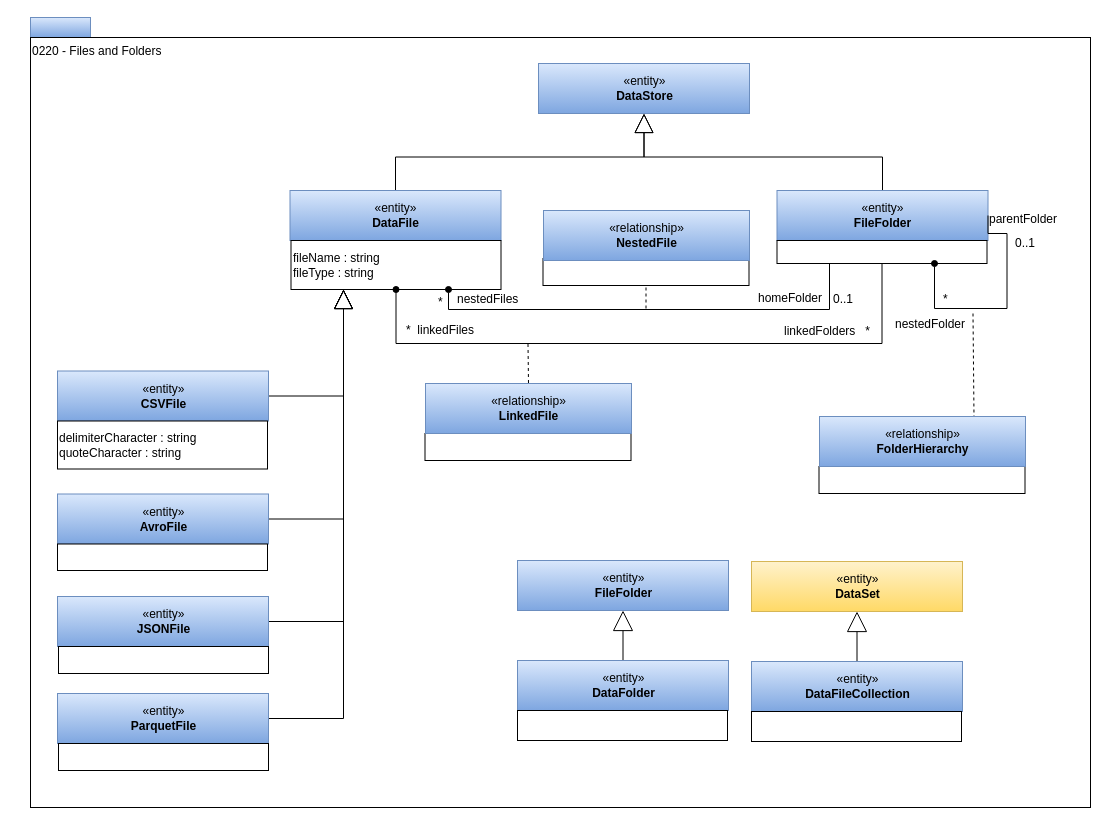
This is page "0220-Files-and-Folders" (10 of 25) of site/docs/types/2/area-2-assets.drawio from odpi/egeria-docs, a draw.io file, before an edit. Source tidied: cells renumbered, new cells numbered last; positions are measured from the earlier drawing's top-left corner, leaving out a move shared by most shapes. Both pictures are drawn from the tidied source at 100%, with x=0, y=0 at pixel (30, 17).
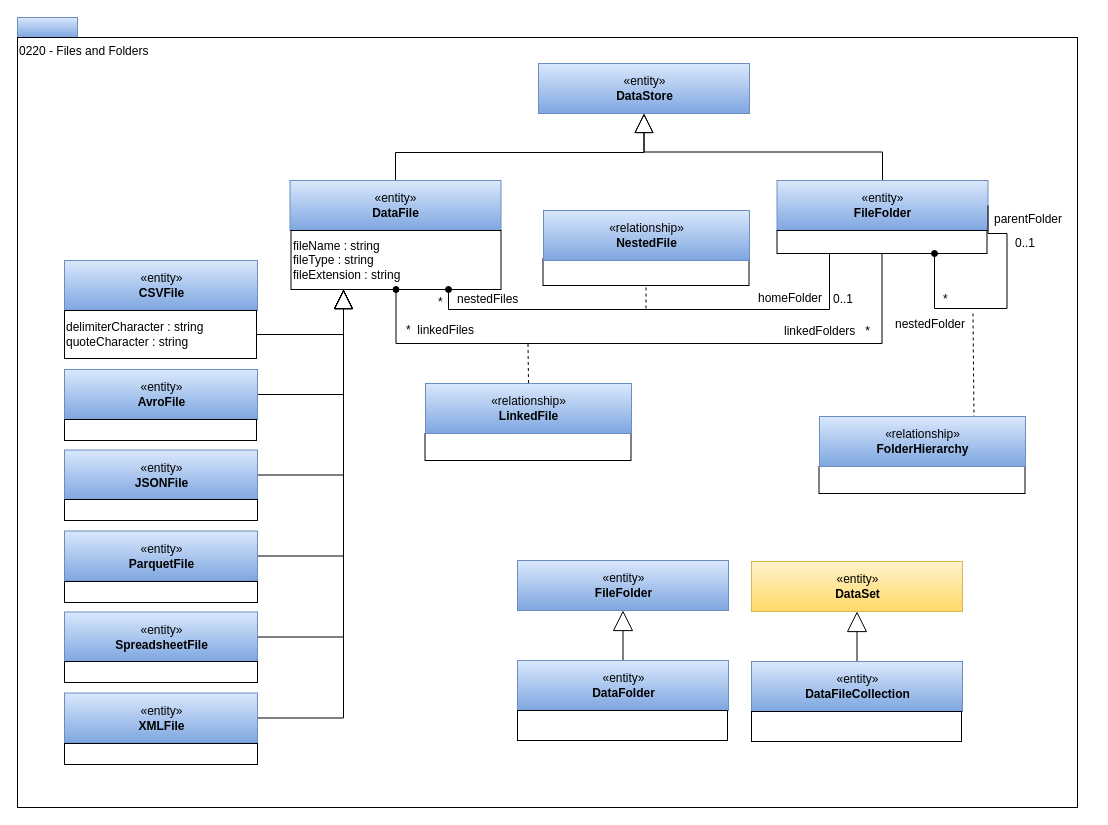
The same diagram, later.

The change refers to these unchanged cells:
```xml
<mxCell id="7" value="«entity»&lt;br&gt;&lt;b&gt;DataStore&lt;/b&gt;" style="html=1;strokeColor=#6c8ebf;align=center;fillColor=#dae8fc;gradientColor=#7ea6e0;" parent="1" vertex="1">
  <mxGeometry x="508" y="46" width="211" height="50" as="geometry" />
</mxCell>
```

The edit, as a diff of the source:
```diff
@@
     <mxCell id="2" style="rounded=0;whiteSpace=wrap;html=1;align=left;fillColor=#dae8fc;strokeColor=#6c8ebf;gradientColor=#7ea6e0;" parent="1" vertex="1">
-      <mxGeometry width="60" height="20" as="geometry" />
+      <mxGeometry x="-13" width="60" height="20" as="geometry" />
     </mxCell>
     <mxCell id="3" value="0220 - Files and Folders" style="rounded=0;whiteSpace=wrap;html=1;align=left;verticalAlign=top;" parent="1" vertex="1">
-      <mxGeometry y="20" width="1060" height="770" as="geometry" />
+      <mxGeometry x="-13" y="20" width="1060" height="770" as="geometry" />
     </mxCell>
@@
     <mxCell id="5" value="«entity»&lt;br&gt;&lt;b&gt;FileFolder&lt;/b&gt;" style="html=1;strokeColor=#6c8ebf;align=center;fillColor=#dae8fc;gradientColor=#7ea6e0;" parent="1" vertex="1">
-      <mxGeometry x="746.5" y="173" width="211" height="50" as="geometry" />
+      <mxGeometry x="746.5" y="163" width="211" height="50" as="geometry" />
     </mxCell>
     <mxCell id="6" style="rounded=0;whiteSpace=wrap;html=1;strokeColor=#000000;gradientColor=#ffffff;align=left;" parent="1" vertex="1">
-      <mxGeometry x="746.5" y="223" width="210" height="23" as="geometry" />
+      <mxGeometry x="746.5" y="213" width="210" height="23" as="geometry" />
     </mxCell>
@@
     <mxCell id="8" style="edgeStyle=orthogonalEdgeStyle;rounded=0;jettySize=auto;html=1;exitX=0.5;exitY=0;exitDx=0;exitDy=0;entryX=0.5;entryY=1;entryDx=0;entryDy=0;endArrow=block;endFill=0;endSize=17;" parent="1" edge="1" source="9" target="7">
-      <mxGeometry relative="1" as="geometry" />
+      <mxGeometry relative="1" as="geometry">
+        <Array as="points">
+          <mxPoint x="365" y="135" />
+          <mxPoint x="614" y="135" />
+        </Array>
+      </mxGeometry>
     </mxCell>
     <mxCell id="9" value="«entity»&lt;br&gt;&lt;b&gt;DataFile&lt;/b&gt;" style="html=1;strokeColor=#6c8ebf;align=center;fillColor=#dae8fc;gradientColor=#7ea6e0;" parent="1" vertex="1">
-      <mxGeometry x="259.5" y="173" width="211" height="50" as="geometry" />
+      <mxGeometry x="259.5" y="163" width="211" height="50" as="geometry" />
     </mxCell>
-    <mxCell id="10" value="fileName : string&lt;br&gt;fileType : string" style="rounded=0;whiteSpace=wrap;html=1;strokeColor=#000000;gradientColor=#ffffff;align=left;" parent="1" vertex="1">
-      <mxGeometry x="260.5" y="223" width="210" height="49" as="geometry" />
+    <mxCell id="10" value="fileName : string&lt;br&gt;fileType : string&lt;br&gt;fileExtension : string" style="rounded=0;whiteSpace=wrap;html=1;strokeColor=#000000;gradientColor=#ffffff;align=left;" parent="1" vertex="1">
+      <mxGeometry x="260.5" y="213" width="210" height="59" as="geometry" />
     </mxCell>
-    <mxCell id="11" style="edgeStyle=orthogonalEdgeStyle;rounded=0;jettySize=auto;html=1;exitX=1;exitY=0.5;exitDx=0;exitDy=0;endArrow=block;endFill=0;endSize=17;entryX=0.25;entryY=1;entryDx=0;entryDy=0;" parent="1" edge="1" source="12" target="10">
+    <mxCell id="11" style="edgeStyle=orthogonalEdgeStyle;rounded=0;jettySize=auto;html=1;exitX=1;exitY=0.5;exitDx=0;exitDy=0;endArrow=block;endFill=0;endSize=17;entryX=0.25;entryY=1;entryDx=0;entryDy=0;" parent="1" edge="1" source="13" target="10">
       <mxGeometry relative="1" as="geometry" />
     </mxCell>
     <mxCell id="12" value="«entity»&lt;br&gt;&lt;b&gt;CSVFile&lt;/b&gt;" style="html=1;strokeColor=#6c8ebf;align=center;fillColor=#dae8fc;gradientColor=#7ea6e0;" parent="1" vertex="1">
-      <mxGeometry x="27" y="353.5" width="211" height="50" as="geometry" />
+      <mxGeometry x="34" y="243" width="193" height="50" as="geometry" />
     </mxCell>
     <mxCell id="13" value="delimiterCharacter : string&lt;br&gt;quoteCharacter : string" style="rounded=0;whiteSpace=wrap;html=1;strokeColor=#000000;gradientColor=#ffffff;align=left;" parent="1" vertex="1">
-      <mxGeometry x="27" y="403.5" width="210" height="48" as="geometry" />
+      <mxGeometry x="34" y="293" width="192" height="48" as="geometry" />
     </mxCell>
@@
     <mxCell id="15" value="«entity»&lt;br&gt;&lt;b&gt;AvroFile&lt;/b&gt;" style="html=1;strokeColor=#6c8ebf;align=center;fillColor=#dae8fc;gradientColor=#7ea6e0;" parent="1" vertex="1">
-      <mxGeometry x="27" y="476.5" width="211" height="50" as="geometry" />
+      <mxGeometry x="34" y="352" width="193" height="50" as="geometry" />
     </mxCell>
     <mxCell id="16" style="rounded=0;whiteSpace=wrap;html=1;strokeColor=#000000;gradientColor=#ffffff;align=left;" parent="1" vertex="1">
-      <mxGeometry x="27" y="526.5" width="210" height="26.5" as="geometry" />
+      <mxGeometry x="34" y="402" width="192" height="21" as="geometry" />
     </mxCell>
@@
     <mxCell id="18" value="«entity»&lt;br&gt;&lt;b&gt;JSONFile&lt;/b&gt;" style="html=1;strokeColor=#6c8ebf;align=center;fillColor=#dae8fc;gradientColor=#7ea6e0;" parent="1" vertex="1">
-      <mxGeometry x="27" y="579" width="211" height="50" as="geometry" />
+      <mxGeometry x="34" y="432.5" width="193" height="50" as="geometry" />
     </mxCell>
@@
     <mxCell id="28" value="parentFolder" style="text;html=1;align=left;verticalAlign=top;spacingTop=-4;" parent="1" vertex="1">
-      <mxGeometry x="956.5" y="192" width="80" height="20" as="geometry" />
+      <mxGeometry x="962" y="192" width="80" height="20" as="geometry" />
     </mxCell>
@@
     <mxCell id="46" value="«entity»&lt;br&gt;&lt;b&gt;ParquetFile&lt;/b&gt;" style="html=1;strokeColor=#6c8ebf;align=center;fillColor=#dae8fc;gradientColor=#7ea6e0;" parent="1" vertex="1">
-      <mxGeometry x="27" y="676" width="211" height="50" as="geometry" />
+      <mxGeometry x="34" y="513.5" width="193" height="50" as="geometry" />
     </mxCell>
-    <mxCell id="47" style="rounded=0;whiteSpace=wrap;html=1;strokeColor=#000000;gradientColor=#ffffff;align=left;" parent="1" vertex="1">
-      <mxGeometry x="28" y="726" width="210" height="27" as="geometry" />
-    </mxCell>
-    <mxCell id="48" style="rounded=0;whiteSpace=wrap;html=1;strokeColor=#000000;gradientColor=#ffffff;align=left;" parent="1" vertex="1">
-      <mxGeometry x="28" y="629" width="210" height="27" as="geometry" />
-    </mxCell>
@@
+    <mxCell id="53" style="edgeStyle=orthogonalEdgeStyle;rounded=0;jettySize=auto;html=1;exitX=1;exitY=0.5;exitDx=0;exitDy=0;endArrow=block;endFill=0;endSize=17;entryX=0.25;entryY=1;entryDx=0;entryDy=0;" parent="1" edge="1" source="54" target="10">
+      <mxGeometry relative="1" as="geometry" />
+    </mxCell>
+    <mxCell id="54" value="«entity»&lt;br&gt;&lt;b&gt;SpreadsheetFile&lt;/b&gt;" style="html=1;strokeColor=#6c8ebf;align=center;fillColor=#dae8fc;gradientColor=#7ea6e0;" parent="1" vertex="1">
+      <mxGeometry x="34" y="594.5" width="193" height="50" as="geometry" />
+    </mxCell>
+    <mxCell id="55" style="edgeStyle=orthogonalEdgeStyle;rounded=0;jettySize=auto;html=1;exitX=1;exitY=0.5;exitDx=0;exitDy=0;endArrow=block;endFill=0;endSize=17;entryX=0.25;entryY=1;entryDx=0;entryDy=0;" parent="1" edge="1" source="56" target="10">
+      <mxGeometry relative="1" as="geometry" />
+    </mxCell>
+    <mxCell id="56" value="«entity»&lt;br&gt;&lt;b&gt;XMLFile&lt;/b&gt;" style="html=1;strokeColor=#6c8ebf;align=center;fillColor=#dae8fc;gradientColor=#7ea6e0;" parent="1" vertex="1">
+      <mxGeometry x="34" y="675.5" width="193" height="50" as="geometry" />
+    </mxCell>
+    <mxCell id="57" style="rounded=0;whiteSpace=wrap;html=1;strokeColor=#000000;gradientColor=#ffffff;align=left;" parent="1" vertex="1">
+      <mxGeometry x="34" y="482" width="193" height="21" as="geometry" />
+    </mxCell>
+    <mxCell id="58" style="rounded=0;whiteSpace=wrap;html=1;strokeColor=#000000;gradientColor=#ffffff;align=left;" parent="1" vertex="1">
+      <mxGeometry x="34" y="564" width="193" height="21" as="geometry" />
+    </mxCell>
+    <mxCell id="59" style="rounded=0;whiteSpace=wrap;html=1;strokeColor=#000000;gradientColor=#ffffff;align=left;" parent="1" vertex="1">
+      <mxGeometry x="34" y="644" width="193" height="21" as="geometry" />
+    </mxCell>
+    <mxCell id="60" style="rounded=0;whiteSpace=wrap;html=1;strokeColor=#000000;gradientColor=#ffffff;align=left;" parent="1" vertex="1">
+      <mxGeometry x="34" y="726" width="193" height="21" as="geometry" />
+    </mxCell>
```
